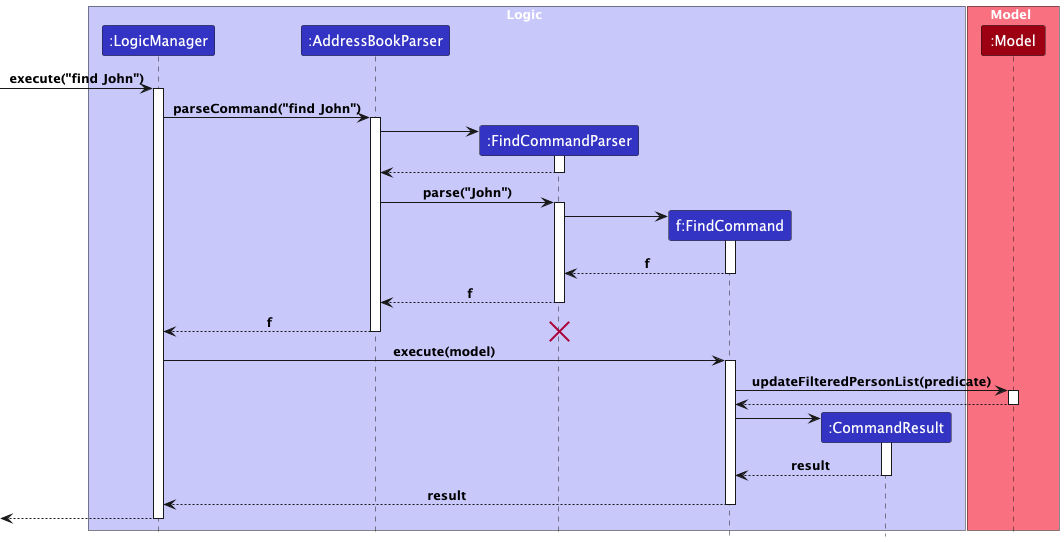
This is docs/images/FindCommandSequenceDiagram.png from nus-cs2103-AY2425S1/tp, a PlantUML export, as it was before one commit.
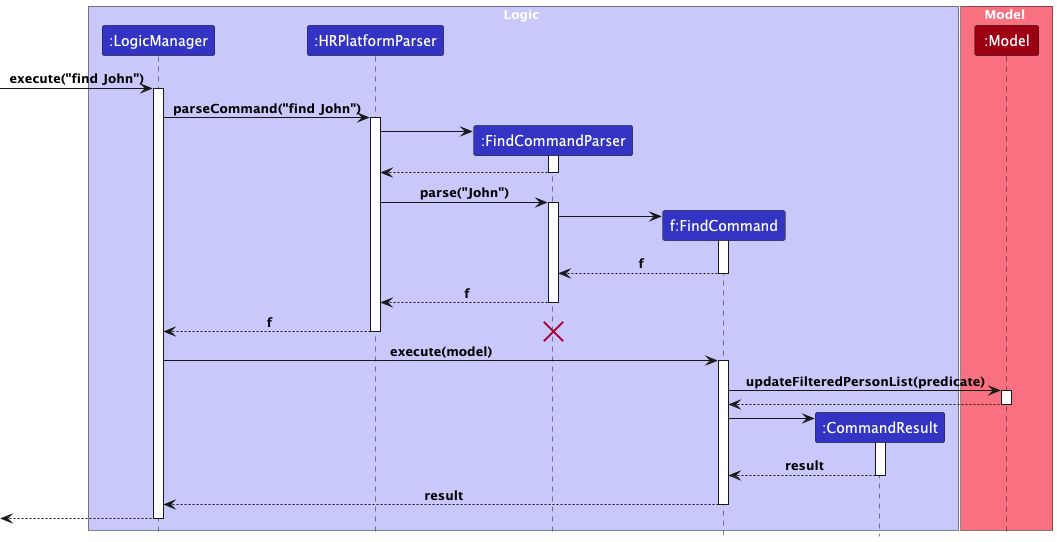
Later version of the same file.

The edit, as a diff of the source:
```diff
@@ -4,7 +4,7 @@
 
 box Logic LOGIC_COLOR_T1
 participant ":LogicManager" as LM LOGIC_COLOR
-participant ":AddressBookParser" as ABP LOGIC_COLOR
+participant ":HRPlatformParser" as ABP LOGIC_COLOR
 participant ":FindCommandParser" as MCP LOGIC_COLOR
 participant "f:FindCommand" as MFC LOGIC_COLOR
 participant ":CommandResult" as CR LOGIC_COLOR
```
